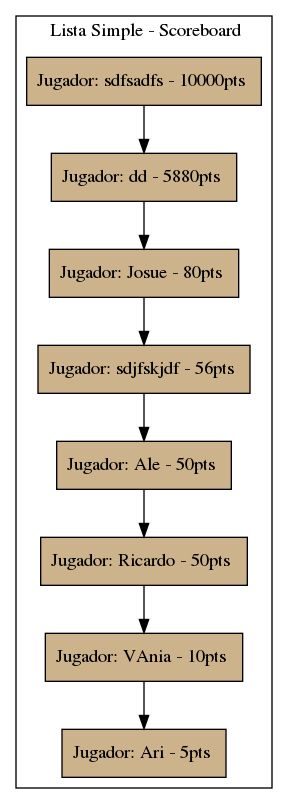
Before: EDD_1S2020_PY1_201213487/scoreboard.png, a diagram exported from Graphviz (VaniaArgueta/EDD_1S2020_PY1_201213487). Its source is kept beside it as EDD_1S2020_PY1_201213487/scoreboard.dot. The source it was exported from:
```dot
digraph Grafo{ rankdir= TB
subgraph cluster2 {
 label=" Lista Simple - Scoreboard";
node [label="Jugador: sdfsadfs - 10000pts "
  fillcolor=navajowhite3
 style=filled
 shape=rect
 fontcolor=black   ] 0;
node [label="Jugador: dd - 5880pts "
  fillcolor=navajowhite3
 style=filled
 shape=rect
 fontcolor=black   ] 1;
node [label="Jugador: Josue - 80pts "
  fillcolor=navajowhite3
 style=filled
 shape=rect
 fontcolor=black   ] 2;
node [label="Jugador: sdjfskjdf - 56pts "
  fillcolor=navajowhite3
 style=filled
 shape=rect
 fontcolor=black   ] 3;
node [label="Jugador: Ale - 50pts "
  fillcolor=navajowhite3
 style=filled
 shape=rect
 fontcolor=black   ] 4;
node [label="Jugador: Ricardo - 50pts "
  fillcolor=navajowhite3
 style=filled
 shape=rect
 fontcolor=black   ] 5;
node [label="Jugador: VAnia - 10pts "
  fillcolor=navajowhite3
 style=filled
 shape=rect
 fontcolor=black   ] 6;
node [label="Jugador: Ari - 5pts "
  fillcolor=navajowhite3
 style=filled
 shape=rect
 fontcolor=black   ] 7;
0->1;
1->2;
2->3;
3->4;
4->5;
5->6;
6->7;
}}
```
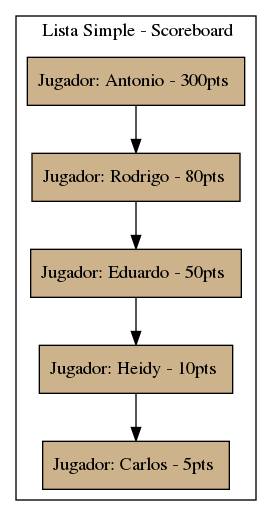
The same diagram one commit later.

Diff of the diagram source:
```diff
@@ -1,51 +1,33 @@
 digraph Grafo{ rankdir= TB
 subgraph cluster2 {
  label=" Lista Simple - Scoreboard";
-node [label="Jugador: sdfsadfs - 10000pts "
+node [label="Jugador: Antonio - 300pts "
   fillcolor=navajowhite3
  style=filled
  shape=rect
  fontcolor=black   ] 0;
-node [label="Jugador: dd - 5880pts "
+node [label="Jugador: Rodrigo - 80pts "
   fillcolor=navajowhite3
  style=filled
  shape=rect
  fontcolor=black   ] 1;
-node [label="Jugador: Josue - 80pts "
+node [label="Jugador: Eduardo - 50pts "
   fillcolor=navajowhite3
  style=filled
  shape=rect
  fontcolor=black   ] 2;
-node [label="Jugador: sdjfskjdf - 56pts "
+node [label="Jugador: Heidy - 10pts "
   fillcolor=navajowhite3
  style=filled
  shape=rect
  fontcolor=black   ] 3;
-node [label="Jugador: Ale - 50pts "
+node [label="Jugador: Carlos - 5pts "
   fillcolor=navajowhite3
  style=filled
  shape=rect
  fontcolor=black   ] 4;
-node [label="Jugador: Ricardo - 50pts "
-  fillcolor=navajowhite3
- style=filled
- shape=rect
- fontcolor=black   ] 5;
-node [label="Jugador: VAnia - 10pts "
-  fillcolor=navajowhite3
- style=filled
- shape=rect
- fontcolor=black   ] 6;
-node [label="Jugador: Ari - 5pts "
-  fillcolor=navajowhite3
- style=filled
- shape=rect
- fontcolor=black   ] 7;
 0->1;
 1->2;
 2->3;
 3->4;
-4->5;
-5->6;
-6->7;
 }}
```
